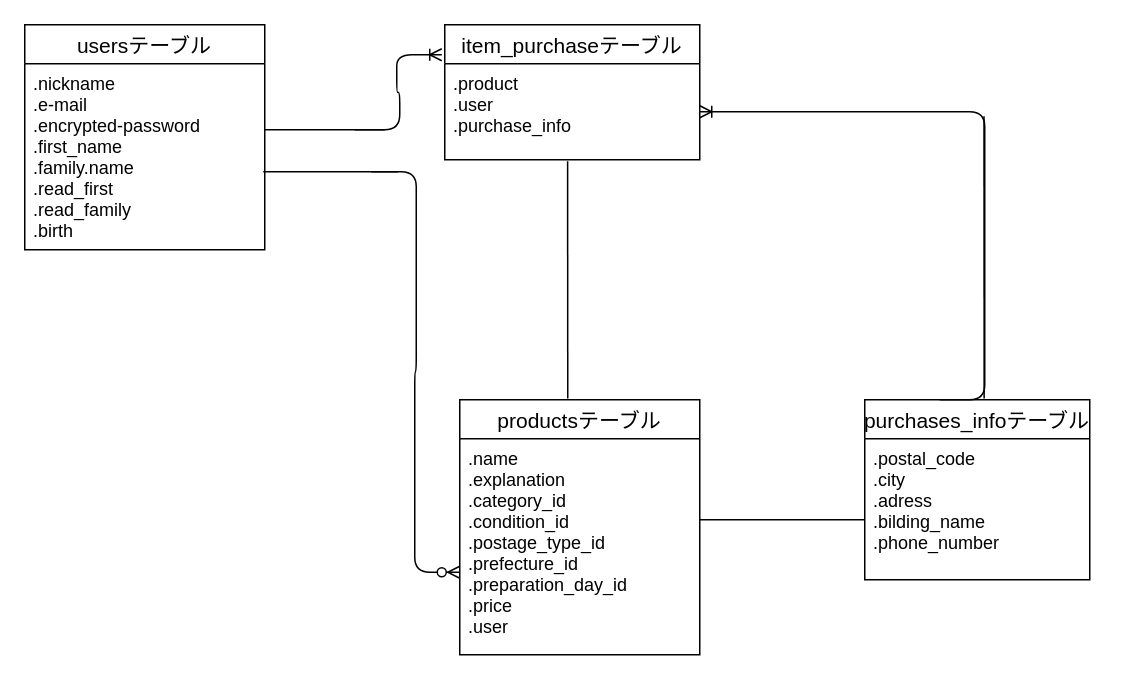
Before: furima.dio in happyshop6/furima-38846, a draw.io diagram. Source tidied: cells renumbered, new cells numbered last; positions are measured from the earlier drawing's top-left corner, leaving out a move shared by most shapes. Both pictures are drawn from the tidied source at 150%, with x=0, y=0 at pixel (24, 24).
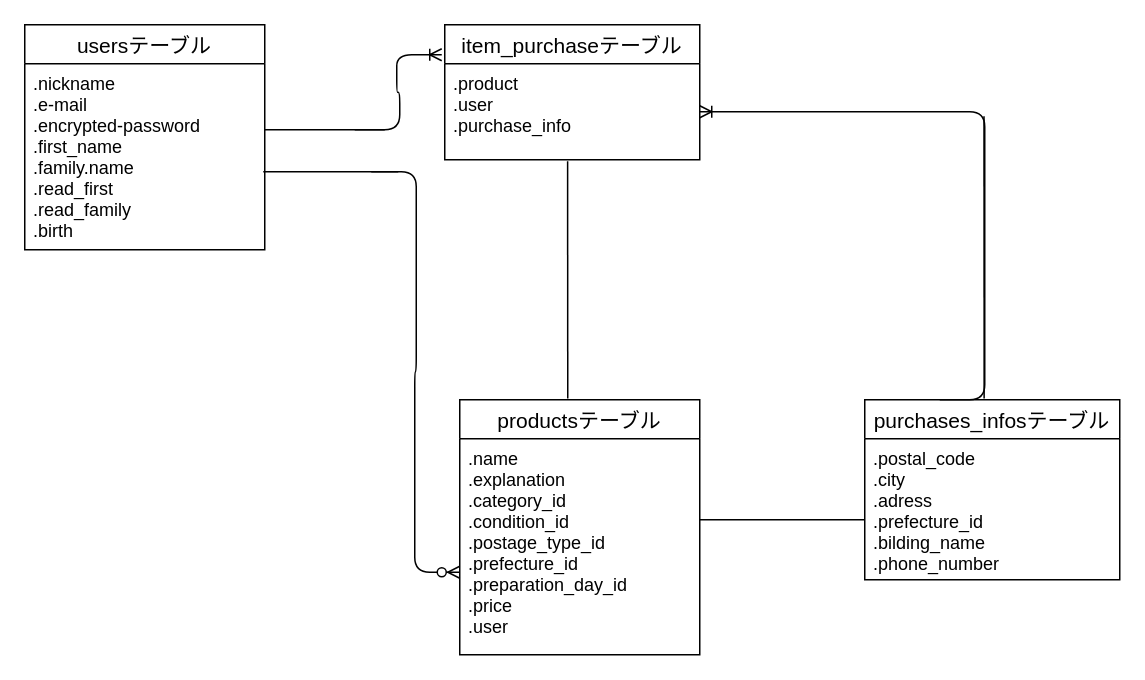
After the change.

Change to the diagram source:
```diff
@@
-    <mxCell id="8" value="purchases_infoテーブル" style="swimlane;fontStyle=0;horizontal=1;startSize=26;align=center;fontSize=14;" parent="1" vertex="1">
-      <mxGeometry x="560" y="250" width="150" height="120" as="geometry" />
+    <mxCell id="8" value="purchases_infosテーブル" style="swimlane;fontStyle=0;horizontal=1;startSize=26;align=center;fontSize=14;" parent="1" vertex="1">
+      <mxGeometry x="560" y="250" width="170" height="120" as="geometry" />
     </mxCell>
-    <mxCell id="9" value=".postal_code&#10;.city&#10;.adress&#10;.bilding_name&#10;.phone_number&#10;" style="text;strokeColor=none;fillColor=none;spacingLeft=4;spacingRight=4;overflow=hidden;fontSize=12;" parent="8" vertex="1">
-      <mxGeometry y="26" width="150" height="94" as="geometry" />
+    <mxCell id="9" value=".postal_code&#10;.city&#10;.adress&#10;.prefecture_id&#10;.bilding_name&#10;.phone_number&#10;" style="text;strokeColor=none;fillColor=none;spacingLeft=4;spacingRight=4;overflow=hidden;fontSize=12;" parent="8" vertex="1">
+      <mxGeometry y="26" width="170" height="94" as="geometry" />
     </mxCell>
```
